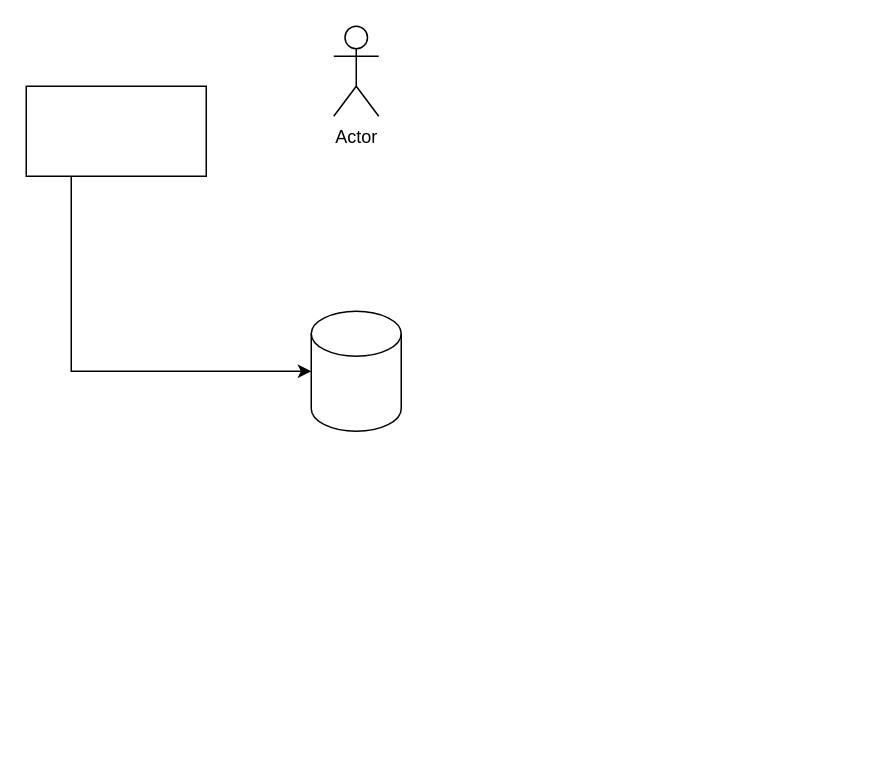
anurag171/system-design keeps this draw.io diagram as Untitled Diagram.drawio. Above is the earlier version. Source tidied: cells renumbered, new cells numbered last; positions are measured from the earlier drawing's top-left corner, leaving out a move shared by most shapes. Both pictures are drawn from the tidied source at 150%, with x=0, y=0 at pixel (26, 26).
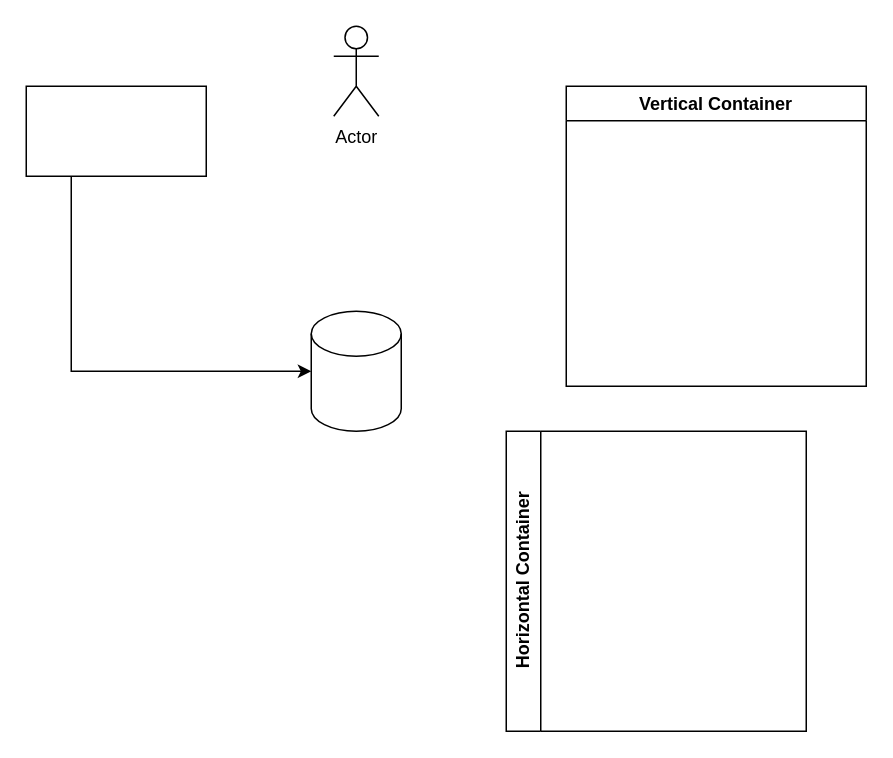
Above is the later version.

Change to the diagram source:
```diff
@@
 <mxGraphModel>
   <root>
     <mxCell id="0" />
     <mxCell id="1" parent="0" />
     <mxCell id="2" style="rounded=0;whiteSpace=wrap;html=1;" parent="1" vertex="1">
       <mxGeometry y="40" width="120" height="60" as="geometry" />
     </mxCell>
     <mxCell id="3" style="shape=cylinder3;whiteSpace=wrap;html=1;boundedLbl=1;backgroundOutline=1;size=15;" parent="1" vertex="1">
       <mxGeometry x="190" y="190" width="60" height="80" as="geometry" />
     </mxCell>
     <mxCell id="4" style="endArrow=classic;html=1;rounded=0;exitX=0.25;exitY=1;exitDx=0;exitDy=0;" parent="1" edge="1" source="2" target="3">
       <mxGeometry relative="1" as="geometry">
         <Array as="points">
           <mxPoint x="30" y="230" />
         </Array>
       </mxGeometry>
     </mxCell>
     <mxCell id="5" value="Actor" style="shape=umlActor;verticalLabelPosition=bottom;verticalAlign=top;html=1;" parent="1" vertex="1">
       <mxGeometry x="205" width="30" height="60" as="geometry" />
     </mxCell>
+    <mxCell id="6" value="Vertical Container" style="swimlane;whiteSpace=wrap;html=1;" parent="1" vertex="1">
+      <mxGeometry x="360" y="40" width="200" height="200" as="geometry" />
+    </mxCell>
+    <mxCell id="7" value="Horizontal Container" style="swimlane;horizontal=0;whiteSpace=wrap;html=1;" parent="1" vertex="1">
+      <mxGeometry x="320" y="270" width="200" height="200" as="geometry" />
+    </mxCell>
   </root>
 </mxGraphModel>
```
